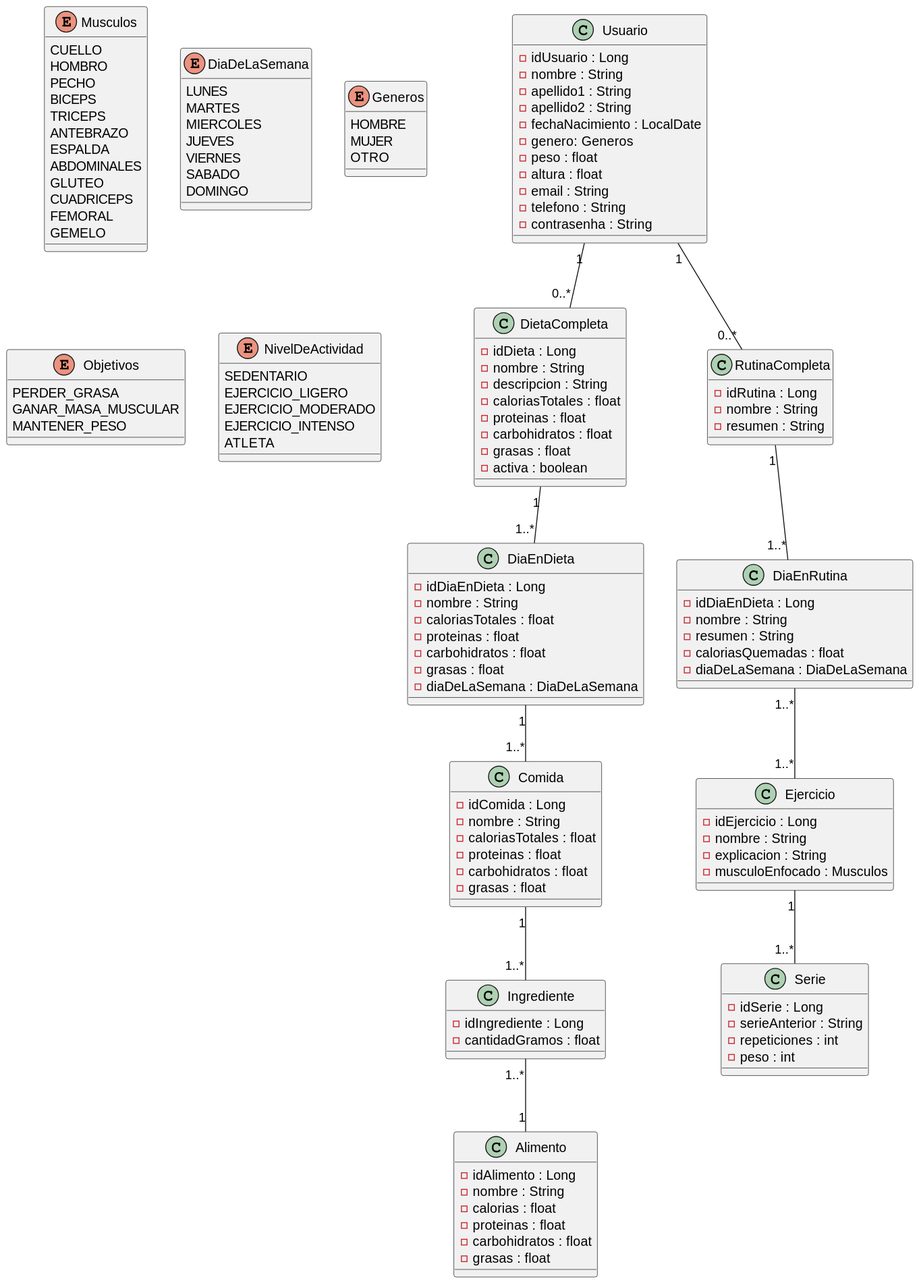
Earlier version of the PlantUML export Diagramas/DiagramaDeClases.svg (AlejandroAranaGomez/TFG).
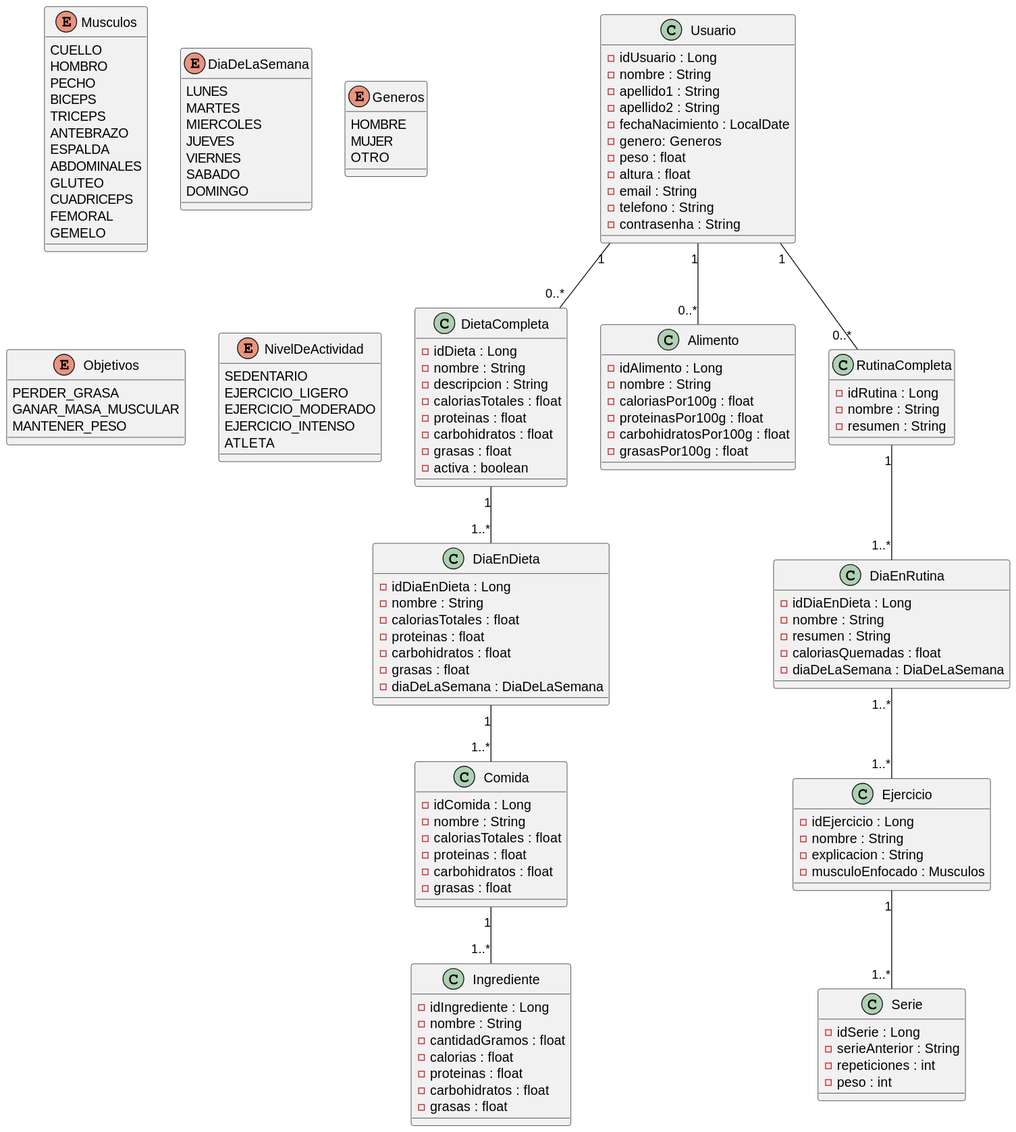
After the commit.

Diff of the diagram source:
```diff
@@ -93,16 +93,21 @@
 
 class Ingrediente {
 - idIngrediente : Long
+- nombre : String
 - cantidadGramos : float
+- calorias : float
+- proteinas : float
+- carbohidratos : float
+- grasas : float
 }
 
 class Alimento {
 - idAlimento : Long
 - nombre : String
-- calorias : float
-- proteinas : float
-- carbohidratos : float
-- grasas : float
+- caloriasPor100g : float
+- proteinasPor100g : float
+- carbohidratosPor100g : float
+- grasasPor100g : float
 }
 
 class RutinaCompleta {
@@ -144,7 +149,7 @@
 
 Comida "1"  -- "1..*" Ingrediente
 
-Ingrediente "1..*" -- "1" Alimento
+Usuario "1" -- "0..*" Alimento
 
 RutinaCompleta "1"  -- "1..*" DiaEnRutina
 
```
